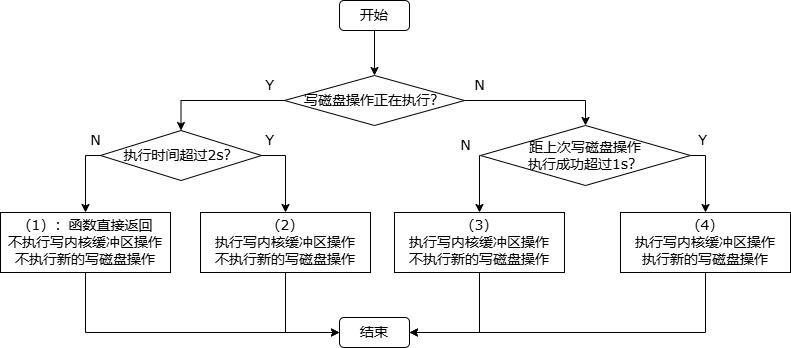
This is redis/AOF保存模式流程图.drawio.png from guxdong/imgrepo, a draw.io export, as it was before one commit. Source tidied: cells renumbered, new cells last; positions are measured from the earlier drawing's top-left corner, leaving out a move shared by most shapes.
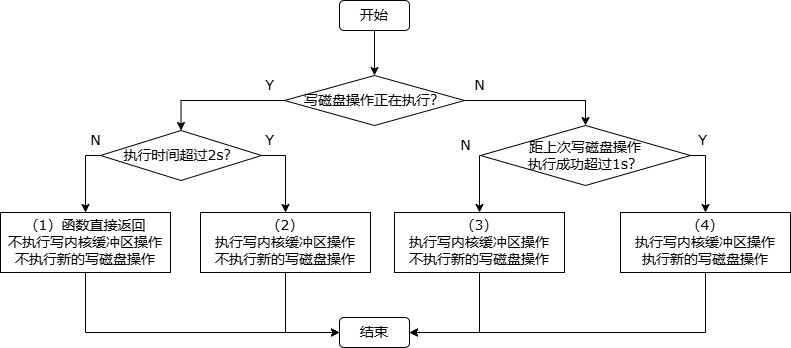
The same diagram one commit later.

Commit message:
更新AOF保存模式流程图.drawio.png

The edit, as a diff of the source:
```diff
@@ -14,7 +14,7 @@
     <mxCell id="5" value="&lt;font face=&quot;Verdana&quot;&gt;&lt;span style=&quot;font-size: 14px;&quot;&gt;距上次写磁盘操作&lt;/span&gt;&lt;/font&gt;&lt;div&gt;&lt;font face=&quot;Verdana&quot;&gt;&lt;span style=&quot;font-size: 14px;&quot;&gt;执行成功超过1s？&lt;/span&gt;&lt;/font&gt;&lt;/div&gt;" style="rhombus;whiteSpace=wrap;html=1;" parent="1" vertex="1">
       <mxGeometry x="480" y="125" width="210" height="60" as="geometry" />
     </mxCell>
-    <mxCell id="6" value="&lt;font style=&quot;font-size: 14px;&quot; face=&quot;Verdana&quot;&gt;（1）：函数直接返回&lt;/font&gt;&lt;div&gt;&lt;font style=&quot;font-size: 14px;&quot; face=&quot;Verdana&quot;&gt;不执行写内核缓冲区操作&lt;/font&gt;&lt;/div&gt;&lt;div&gt;&lt;font style=&quot;font-size: 14px;&quot; face=&quot;Verdana&quot;&gt;不执行新的写磁盘操作&lt;/font&gt;&lt;/div&gt;" style="rounded=0;whiteSpace=wrap;html=1;" parent="1" vertex="1">
+    <mxCell id="6" value="&lt;font style=&quot;font-size: 14px;&quot; face=&quot;Verdana&quot;&gt;（1）函数直接返回&lt;/font&gt;&lt;div&gt;&lt;font style=&quot;font-size: 14px;&quot; face=&quot;Verdana&quot;&gt;不执行写内核缓冲区操作&lt;/font&gt;&lt;/div&gt;&lt;div&gt;&lt;font style=&quot;font-size: 14px;&quot; face=&quot;Verdana&quot;&gt;不执行新的写磁盘操作&lt;/font&gt;&lt;/div&gt;" style="rounded=0;whiteSpace=wrap;html=1;" parent="1" vertex="1">
       <mxGeometry y="212" width="170" height="60" as="geometry" />
     </mxCell>
     <mxCell id="7" value="&lt;div&gt;&lt;font style=&quot;font-size: 14px;&quot; face=&quot;Verdana&quot;&gt;（2）&lt;/font&gt;&lt;/div&gt;&lt;div&gt;&lt;font style=&quot;font-size: 14px;&quot; face=&quot;Verdana&quot;&gt;执行写内核缓冲区操作&lt;/font&gt;&lt;/div&gt;&lt;div&gt;&lt;font style=&quot;font-size: 14px;&quot; face=&quot;Verdana&quot;&gt;不执行新的写磁盘操作&lt;/font&gt;&lt;/div&gt;" style="rounded=0;whiteSpace=wrap;html=1;" parent="1" vertex="1">
```
